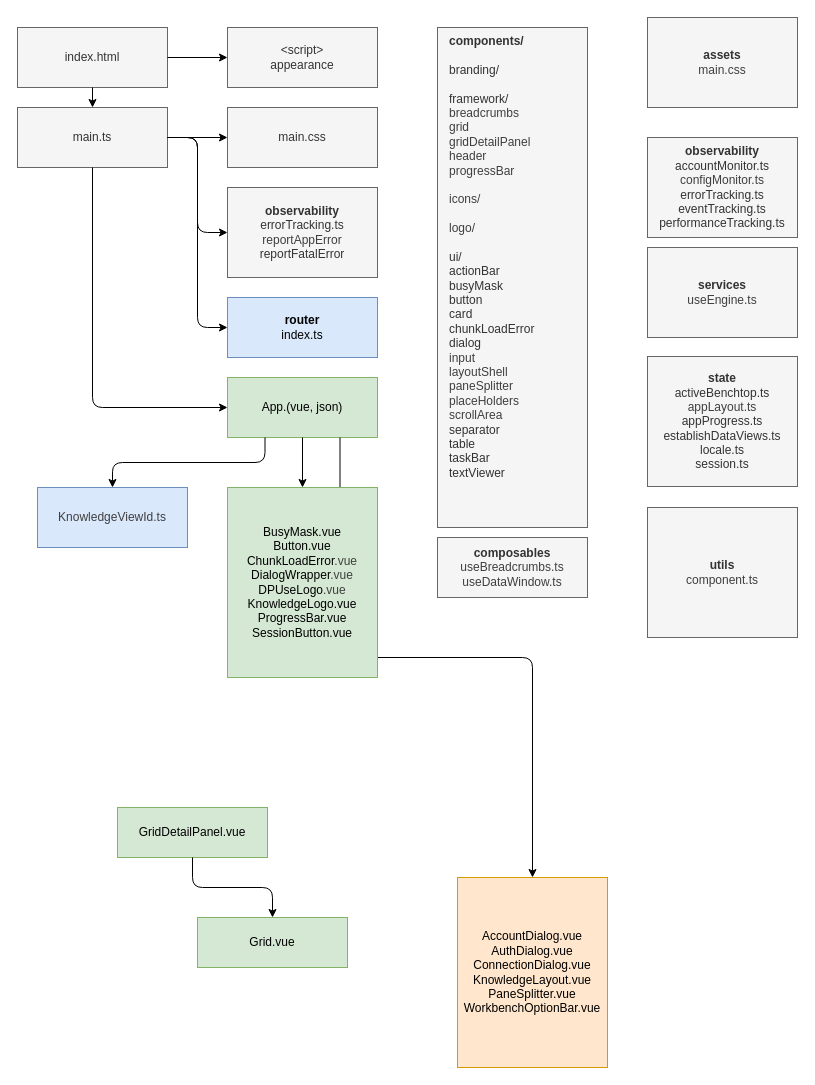
Before: schematic.drawio in dpuse/dpuse-app, a draw.io diagram. Source tidied: cells renumbered, new cells numbered last; positions are measured from the earlier drawing's top-left corner, leaving out a move shared by most shapes. Both pictures are drawn from the tidied source at 100%, with x=0, y=0 at pixel (17, 17).
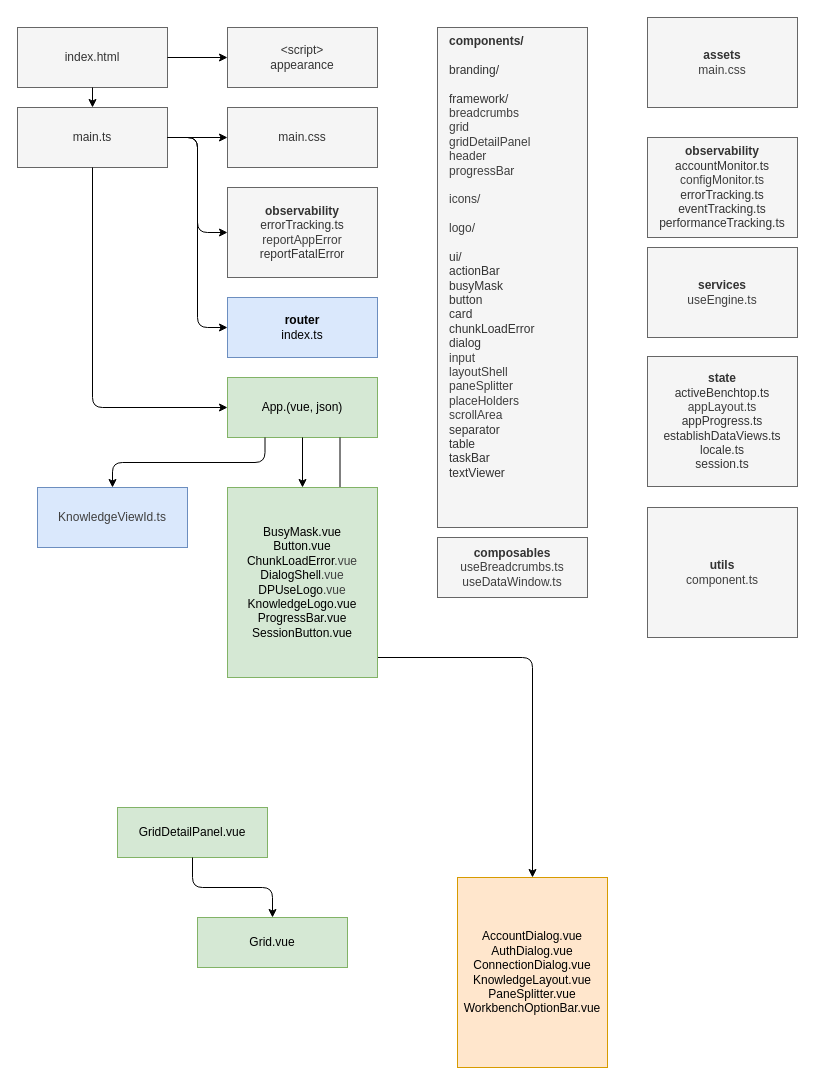
After the change.

Diff of the diagram source:
```diff
@@
-    <mxCell id="18" value="BusyMask.vue&lt;div&gt;Button.vue&lt;/div&gt;&lt;div&gt;ChunkLoadError&lt;span style=&quot;color: rgb(63, 63, 63); background-color: transparent;&quot;&gt;.vue&lt;/span&gt;&lt;/div&gt;&lt;div&gt;DialogWrapper&lt;span style=&quot;color: rgb(63, 63, 63); background-color: transparent;&quot;&gt;.vue&lt;/span&gt;&lt;/div&gt;&lt;div&gt;DPUseLogo&lt;span style=&quot;color: rgb(63, 63, 63); background-color: transparent;&quot;&gt;.vue&lt;/span&gt;&lt;/div&gt;&lt;div&gt;KnowledgeLogo.vue&lt;/div&gt;&lt;div&gt;ProgressBar.vue&lt;/div&gt;&lt;div&gt;SessionButton.vue&lt;/div&gt;" style="rounded=0;whiteSpace=wrap;html=1;fillColor=#d5e8d4;strokeColor=#82b366;" parent="1" vertex="1">
+    <mxCell id="18" value="BusyMask.vue&lt;div&gt;Button.vue&lt;/div&gt;&lt;div&gt;ChunkLoadError&lt;span style=&quot;color: rgb(63, 63, 63); background-color: transparent;&quot;&gt;.vue&lt;/span&gt;&lt;/div&gt;&lt;div&gt;DialogShell&lt;span style=&quot;color: rgb(63, 63, 63); background-color: transparent;&quot;&gt;.vue&lt;/span&gt;&lt;/div&gt;&lt;div&gt;DPUseLogo&lt;span style=&quot;color: rgb(63, 63, 63); background-color: transparent;&quot;&gt;.vue&lt;/span&gt;&lt;/div&gt;&lt;div&gt;KnowledgeLogo.vue&lt;/div&gt;&lt;div&gt;ProgressBar.vue&lt;/div&gt;&lt;div&gt;SessionButton.vue&lt;/div&gt;" style="rounded=0;whiteSpace=wrap;html=1;fillColor=#d5e8d4;strokeColor=#82b366;" parent="1" vertex="1">
       <mxGeometry x="210" y="470" width="150" height="190" as="geometry" />
     </mxCell>
```
